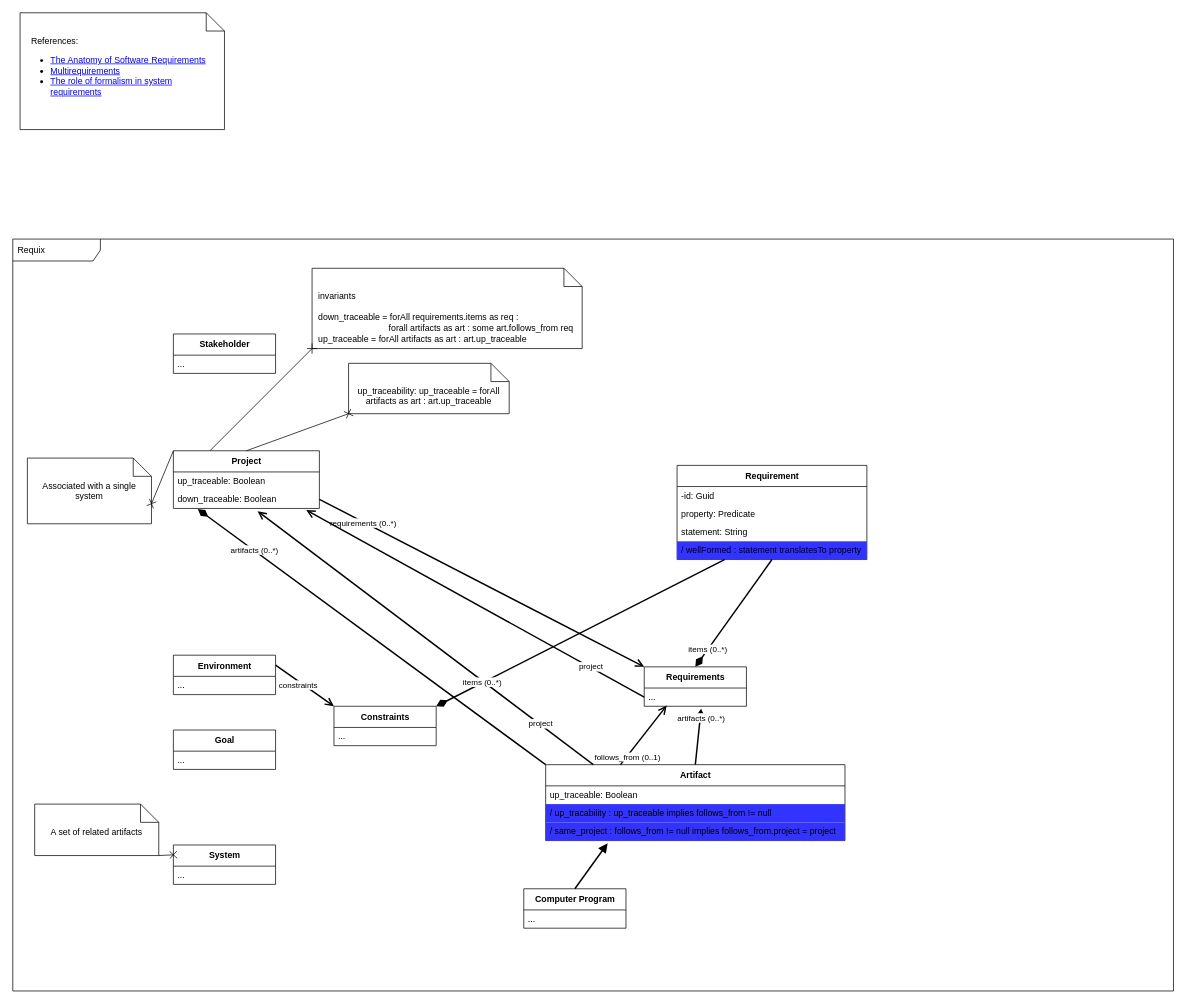
final-hill/requix keeps this draw.io diagram as docs/class-model.drawio. Above is the earlier version. Source tidied: cells renumbered, new cells numbered last; positions are measured from the earlier drawing's top-left corner, leaving out a move shared by most shapes. Both pictures are drawn from the tidied source at 73%, with x=0, y=0 at pixel (12, 12).
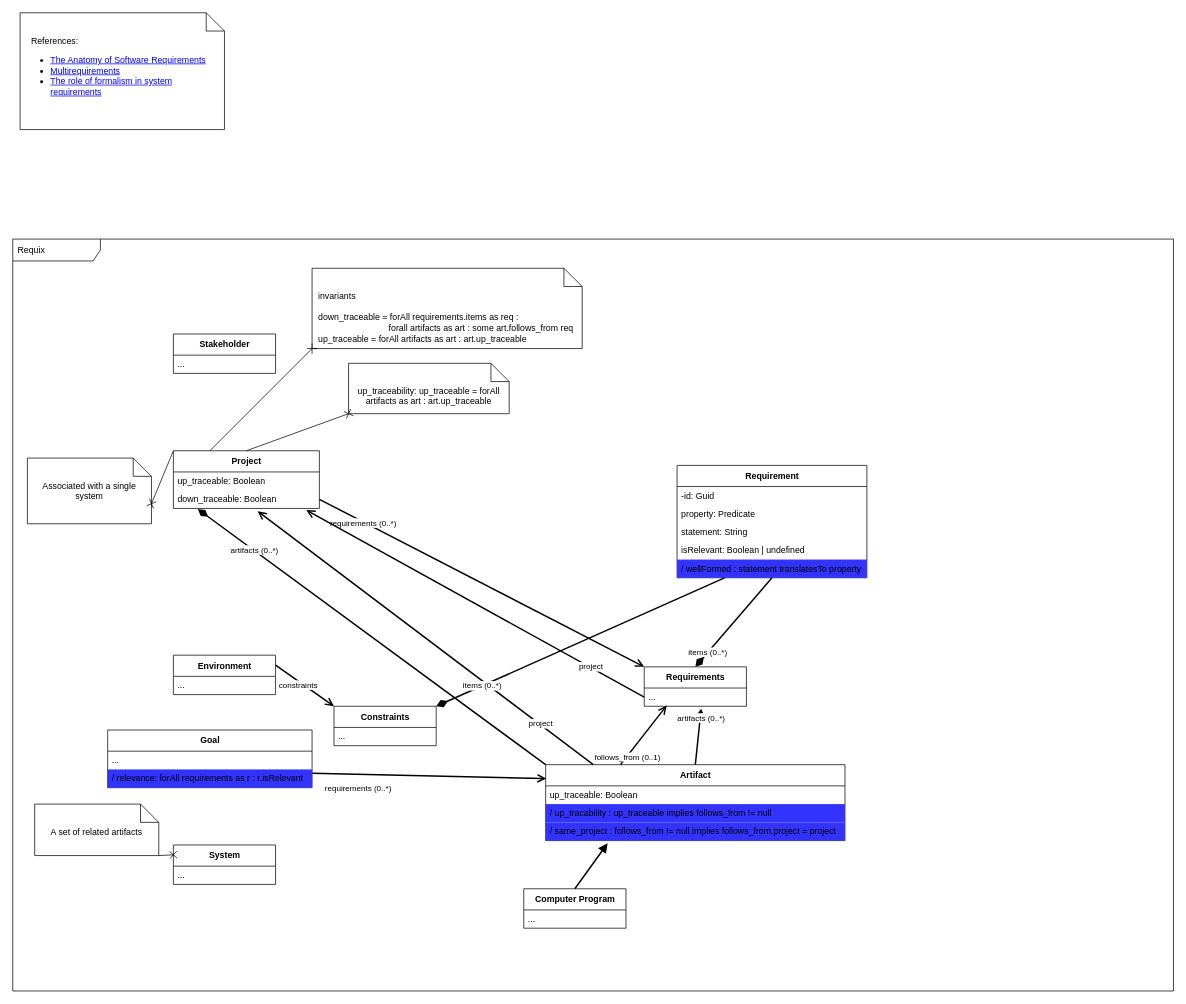
The same diagram, later.

Commit message (it also covers changes not shown here):
updated glossary and class model

Unchanged cells that the change refers to:
```xml
<mxCell id="25" value="Artifact" style="swimlane;fontStyle=1;align=center;verticalAlign=middle;horizontal=1;startSize=29;html=1;fillColor=none;" parent="1" vertex="1">
  <mxGeometry x="730" y="1030" width="410" height="104" as="geometry" />
</mxCell>
```

What changed in the source:
```diff
@@
     <mxCell id="3" value="Requirement" style="swimlane;fontStyle=1;align=center;verticalAlign=middle;horizontal=1;startSize=29;html=1;" parent="1" vertex="1">
-      <mxGeometry x="910" y="620" width="260" height="129" as="geometry" />
+      <mxGeometry x="910" y="620" width="260" height="154" as="geometry" />
     </mxCell>
@@
+    <mxCell id="57" value="isRelevant: Boolean | undefined" style="text;html=1;strokeColor=none;fillColor=none;align=left;verticalAlign=middle;spacingLeft=4;spacingRight=4;overflow=hidden;" parent="3" vertex="1">
+      <mxGeometry y="104" width="260" height="25" as="geometry" />
+    </mxCell>
     <mxCell id="7" value="/ wellFormed : statement translatesTo property" style="text;html=1;strokeColor=none;align=left;verticalAlign=middle;spacingLeft=4;spacingRight=4;overflow=hidden;fillColor=#3333FF;" parent="3" vertex="1">
-      <mxGeometry y="104" width="260" height="25" as="geometry" />
+      <mxGeometry y="129" width="260" height="25" as="geometry" />
     </mxCell>
@@
     <mxCell id="13" value="Goal" style="swimlane;fontStyle=1;align=center;verticalAlign=middle;horizontal=1;startSize=29;html=1;fillColor=none;" parent="1" vertex="1">
-      <mxGeometry x="220" y="982.5" width="140" height="54" as="geometry" />
+      <mxGeometry x="130" y="982.5" width="280" height="79" as="geometry" />
     </mxCell>
     <mxCell id="14" value="..." style="text;html=1;strokeColor=none;fillColor=none;align=left;verticalAlign=middle;spacingLeft=4;spacingRight=4;overflow=hidden;" parent="13" vertex="1">
-      <mxGeometry y="29" width="140" height="25" as="geometry" />
+      <mxGeometry y="29" width="280" height="25" as="geometry" />
     </mxCell>
+    <mxCell id="58" value="/ relevance: forAll requirements as r : r.isRelevant" style="text;html=1;strokeColor=none;align=left;verticalAlign=middle;spacingLeft=4;spacingRight=4;overflow=hidden;fillColor=#3333FF;" parent="13" vertex="1">
+      <mxGeometry y="54" width="280" height="25" as="geometry" />
+    </mxCell>
@@
+    <mxCell id="59" style="endArrow=open;startArrow=none;endFill=0;startFill=0;endSize=8;html=1;verticalAlign=bottom;labelBackgroundColor=none;strokeWidth=2;exitX=1;exitY=0.75;exitDx=0;exitDy=0;entryX=0.002;entryY=0.183;entryDx=0;entryDy=0;entryPerimeter=0;" parent="1" edge="1" source="13" target="25">
+      <mxGeometry relative="1" as="geometry" />
+    </mxCell>
+    <mxCell id="60" value="requirements (0..*)" style="edgeLabel;html=1;align=center;verticalAlign=middle;" parent="59" vertex="1">
+      <mxGeometry x="-0.73" y="-1" relative="1" as="geometry">
+        <mxPoint x="20" y="19" as="offset" />
+      </mxGeometry>
+    </mxCell>
```
